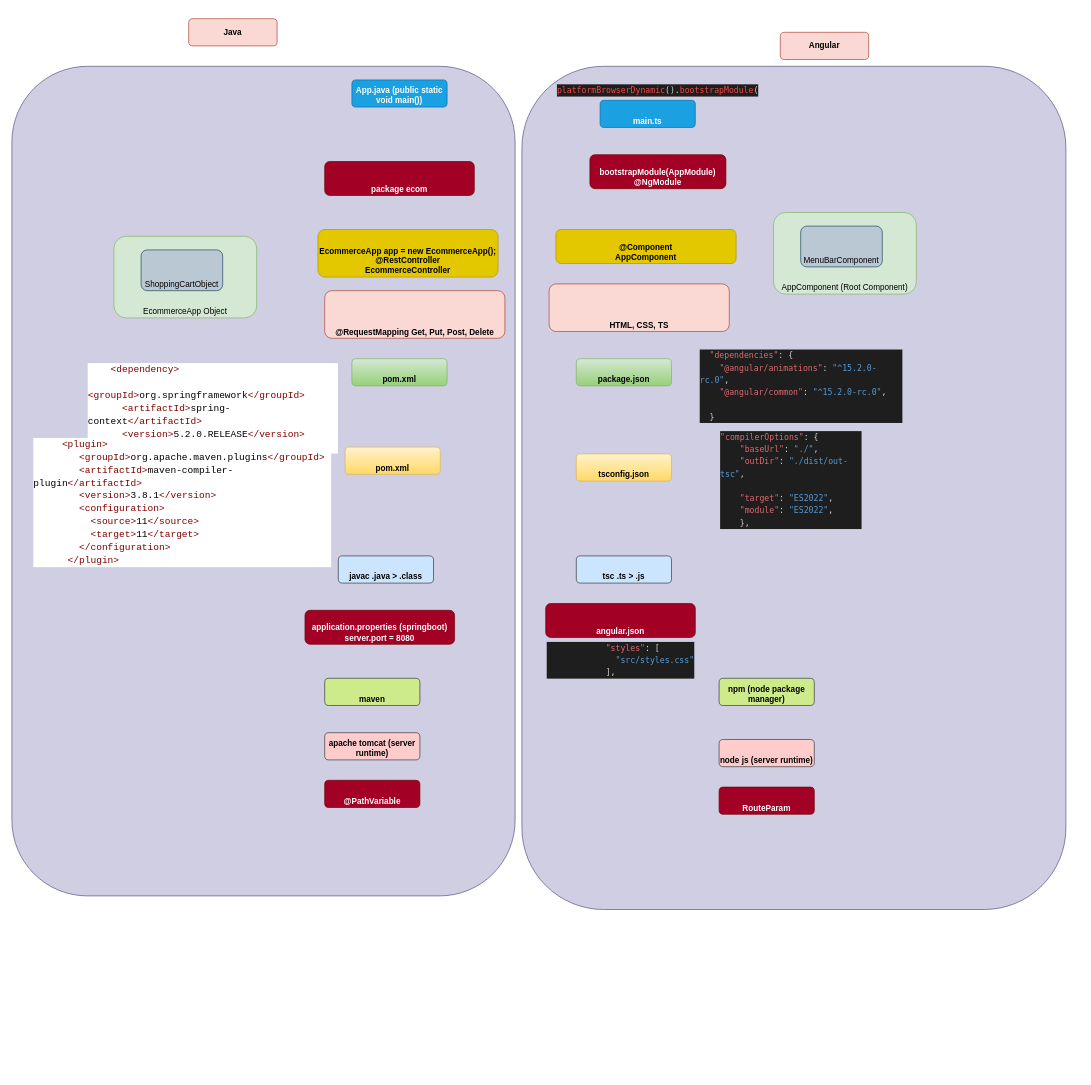
This is page "Angular vs Java" (3 of 5) of ANGULAR/Angular.drawio from nathub071122/natGIT, a draw.io file, before an edit. Source tidied: cells renumbered, new cells numbered last; positions are measured from the earlier drawing's top-left corner, leaving out a move shared by most shapes. Both pictures are drawn from the tidied source at 68%, with x=0, y=0 at pixel (12, 18).
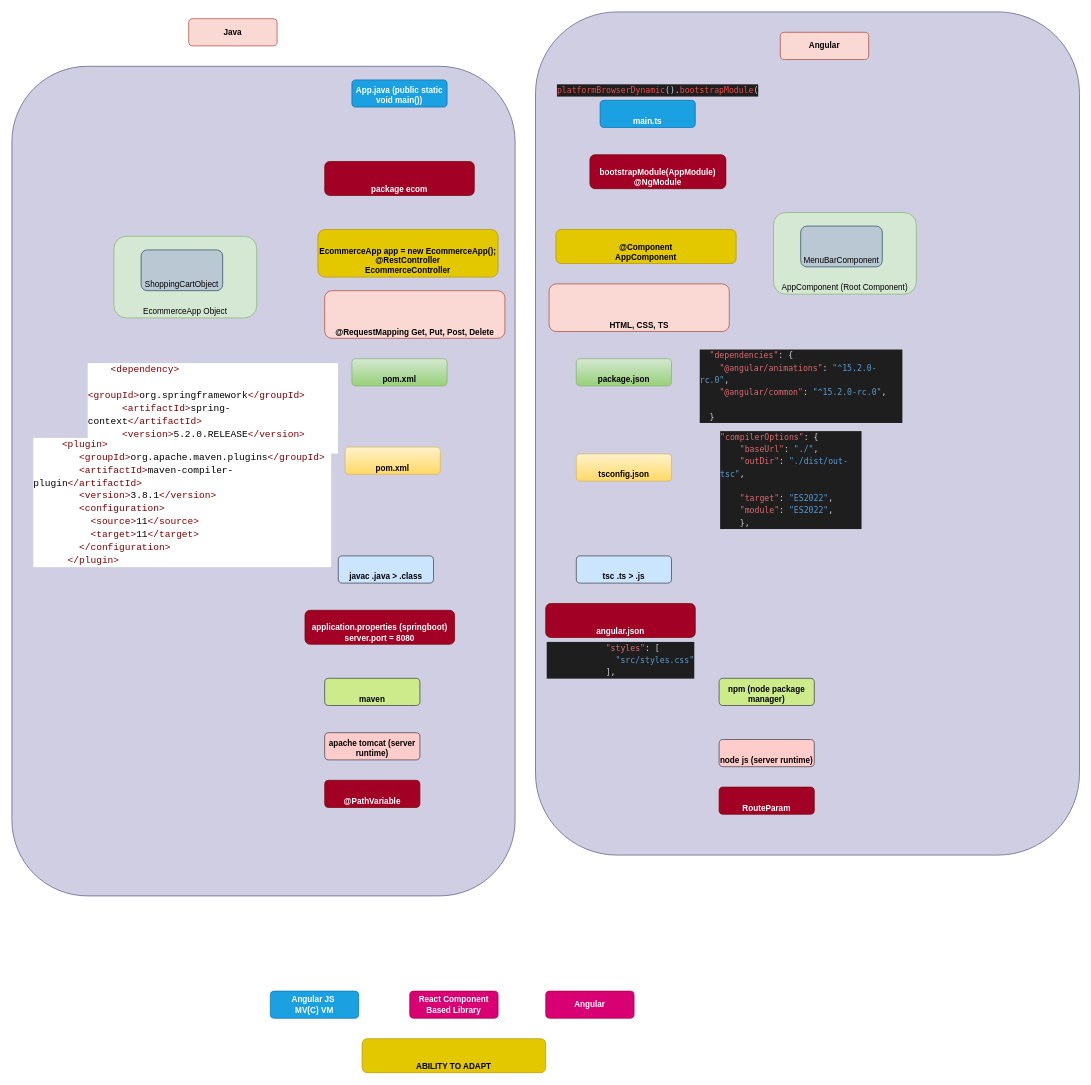
Above is the later version.

Change to the diagram source:
```diff
@@
     <mxCell id="2" style="rounded=1;whiteSpace=wrap;html=1;fillColor=#d0cee2;strokeColor=#56517e;verticalAlign=bottom;" parent="1" vertex="1">
-      <mxGeometry x="750" y="70" width="800" height="1240" as="geometry" />
+      <mxGeometry x="770" y="-10" width="800" height="1240" as="geometry" />
     </mxCell>
@@
+    <mxCell id="38" value="Angular JS&amp;nbsp;&lt;br&gt;MV(C) VM" style="rounded=1;whiteSpace=wrap;html=1;fillColor=#1ba1e2;strokeColor=#006EAF;fontStyle=1;verticalAlign=middle;fontColor=#ffffff;" parent="1" vertex="1">
+      <mxGeometry x="380" y="1430" width="130" height="40" as="geometry" />
+    </mxCell>
+    <mxCell id="39" value="React Component Based Library" style="rounded=1;whiteSpace=wrap;html=1;fillColor=#d80073;strokeColor=#A50040;fontStyle=1;verticalAlign=middle;fontColor=#ffffff;" parent="1" vertex="1">
+      <mxGeometry x="585" y="1430" width="130" height="40" as="geometry" />
+    </mxCell>
+    <mxCell id="40" value="Angular" style="rounded=1;whiteSpace=wrap;html=1;fillColor=#d80073;strokeColor=#A50040;fontStyle=1;verticalAlign=middle;fontColor=#ffffff;" parent="1" vertex="1">
+      <mxGeometry x="785" y="1430" width="130" height="40" as="geometry" />
+    </mxCell>
+    <mxCell id="41" value="ABILITY TO ADAPT" style="rounded=1;whiteSpace=wrap;html=1;fillColor=#e3c800;strokeColor=#B09500;fontStyle=1;verticalAlign=bottom;fontColor=#000000;" parent="1" vertex="1">
+      <mxGeometry x="515" y="1500" width="270" height="50" as="geometry" />
+    </mxCell>
```
